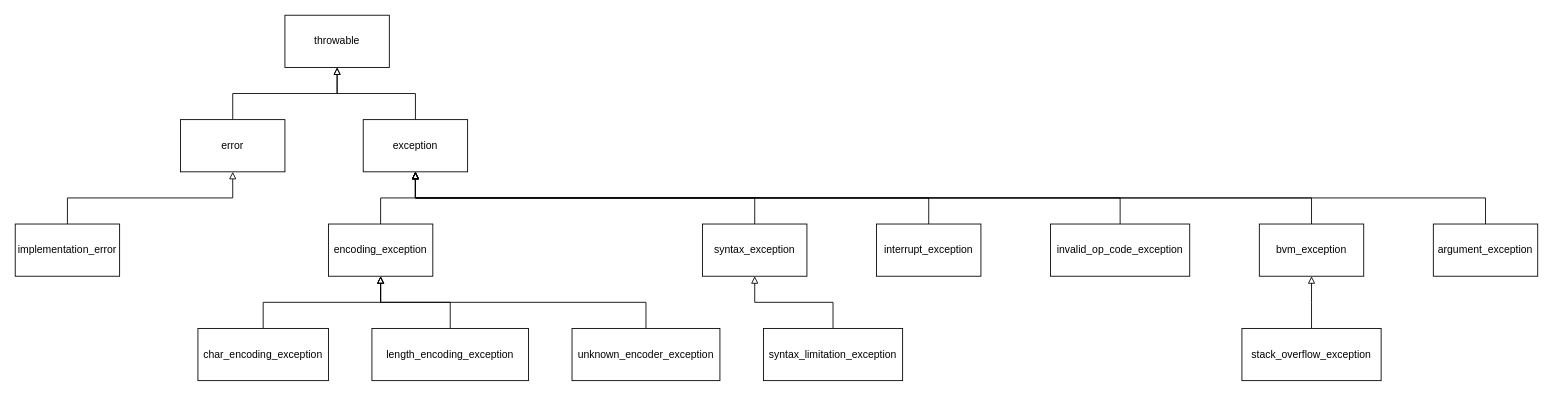
Before: page "exception" (4 of 4) of Components.drawio in bialang/bia, a draw.io diagram. Source tidied: cells renumbered, new cells numbered last; positions are measured from the earlier drawing's top-left corner, leaving out a move shared by most shapes. Both pictures are drawn from the tidied source at 87%, with x=0, y=0 at pixel (15, 15).
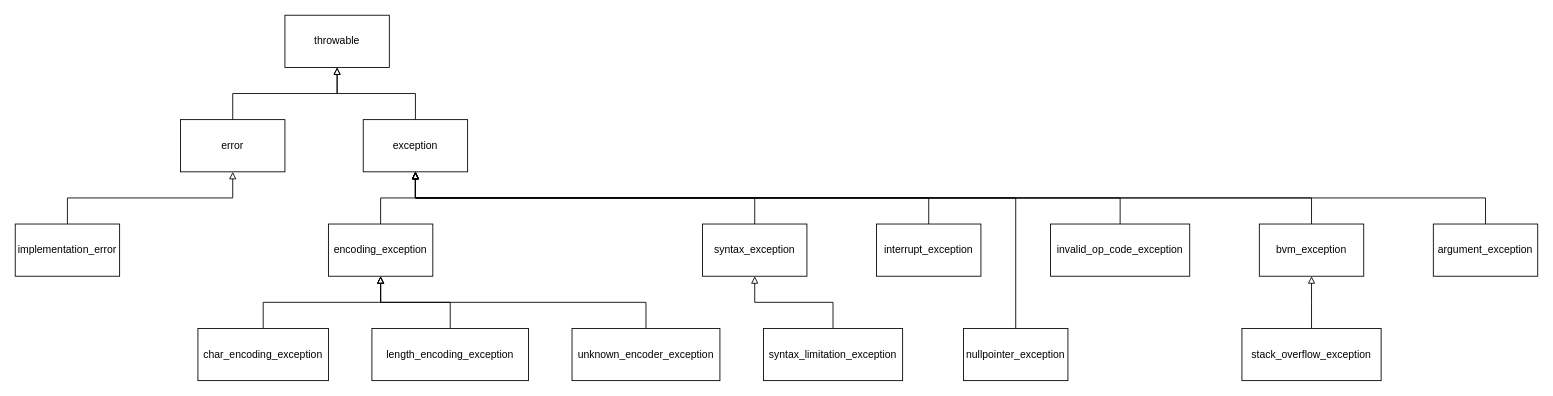
After the change.

Commit message (it also covers changes not shown here):
Add nullpointer check

Unchanged cells that the change refers to:
```xml
<mxCell id="6" value="exception" style="rounded=0;whiteSpace=wrap;html=1;" parent="1" vertex="1">
  <mxGeometry x="400" y="120" width="120" height="60" as="geometry" />
</mxCell>
```

Diff of the diagram source:
```diff
@@
+    <mxCell id="31" style="edgeStyle=elbowEdgeStyle;rounded=0;jettySize=auto;html=1;elbow=vertical;endArrow=block;endFill=0;" parent="1" edge="1" source="32" target="6">
+      <mxGeometry relative="1" as="geometry">
+        <Array as="points">
+          <mxPoint x="800" y="210" />
+        </Array>
+      </mxGeometry>
+    </mxCell>
+    <mxCell id="32" value="nullpointer_exception" style="rounded=0;whiteSpace=wrap;html=1;" parent="1" vertex="1">
+      <mxGeometry x="1090" y="360" width="120" height="60" as="geometry" />
+    </mxCell>
```
